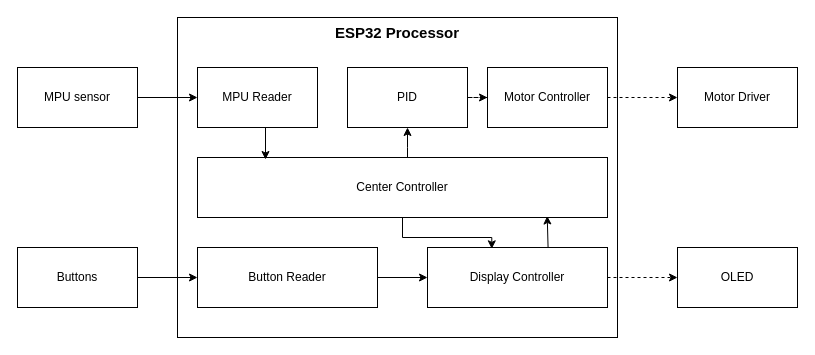
Vinh1222001/Self_balancing_Robot keeps this draw.io diagram as page "Sumary block" (1 of 4) of diagrams/SBR_blockDiagram.drawio. Above is the earlier version. Source tidied: cells renumbered, new cells numbered last; positions are measured from the earlier drawing's top-left corner, leaving out a move shared by most shapes. Both pictures are drawn from the tidied source at 100%, with x=0, y=0 at pixel (17, 17).
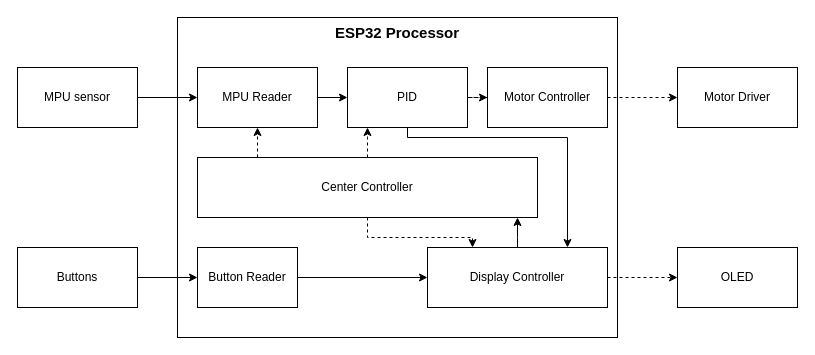
Above is the later version.

The change refers to these unchanged cells:
```xml
<mxCell id="6" value="PID" style="rounded=0;whiteSpace=wrap;html=1;" parent="1" vertex="1">
  <mxGeometry x="330" y="50" width="120" height="60" as="geometry" />
</mxCell>
<mxCell id="13" value="Display Controller" style="rounded=0;whiteSpace=wrap;html=1;" parent="1" vertex="1">
  <mxGeometry x="410" y="230" width="180" height="60" as="geometry" />
</mxCell>
<mxCell id="18" value="MPU Reader" style="rounded=0;whiteSpace=wrap;html=1;" parent="1" vertex="1">
  <mxGeometry x="180" y="50" width="120" height="60" as="geometry" />
</mxCell>
```

Change to the diagram source:
```diff
@@
+    <mxCell id="23" style="edgeStyle=orthogonalEdgeStyle;rounded=0;jettySize=auto;html=1;" parent="1" edge="1" source="6" target="13">
+      <mxGeometry relative="1" as="geometry">
+        <Array as="points">
+          <mxPoint x="390" y="120" />
+          <mxPoint x="550" y="120" />
+        </Array>
+      </mxGeometry>
+    </mxCell>
@@
-    <mxCell id="12" style="edgeStyle=orthogonalEdgeStyle;rounded=0;jettySize=auto;html=1;entryX=0.853;entryY=0.975;entryDx=0;entryDy=0;entryPerimeter=0;exitX=0.67;exitY=0.014;exitDx=0;exitDy=0;exitPerimeter=0;" parent="1" edge="1" source="13" target="16">
-      <mxGeometry relative="1" as="geometry" />
+    <mxCell id="12" style="edgeStyle=orthogonalEdgeStyle;rounded=0;jettySize=auto;html=1;" parent="1" edge="1" source="13" target="16">
+      <mxGeometry relative="1" as="geometry">
+        <Array as="points">
+          <mxPoint x="500" y="220" />
+          <mxPoint x="500" y="220" />
+        </Array>
+      </mxGeometry>
     </mxCell>
@@
+    <mxCell id="15" style="edgeStyle=orthogonalEdgeStyle;rounded=0;jettySize=auto;html=1;dashed=1;" parent="1" edge="1" source="16" target="6">
+      <mxGeometry relative="1" as="geometry">
+        <Array as="points">
+          <mxPoint x="350" y="120" />
+          <mxPoint x="350" y="120" />
+        </Array>
+      </mxGeometry>
+    </mxCell>
+    <mxCell id="24" style="edgeStyle=orthogonalEdgeStyle;rounded=0;jettySize=auto;html=1;dashed=1;" parent="1" edge="1" source="16" target="18">
+      <mxGeometry relative="1" as="geometry">
+        <Array as="points">
+          <mxPoint x="240" y="130" />
+          <mxPoint x="240" y="130" />
+        </Array>
+      </mxGeometry>
+    </mxCell>
-    <mxCell id="14" style="edgeStyle=orthogonalEdgeStyle;rounded=0;jettySize=auto;html=1;entryX=0.357;entryY=0.022;entryDx=0;entryDy=0;entryPerimeter=0;" parent="1" edge="1" source="16" target="13">
+    <mxCell id="14" style="edgeStyle=orthogonalEdgeStyle;rounded=0;jettySize=auto;html=1;entryX=0.25;entryY=0;entryDx=0;entryDy=0;dashed=1;" parent="1" edge="1" source="16" target="13">
       <mxGeometry relative="1" as="geometry" />
     </mxCell>
-    <mxCell id="15" style="edgeStyle=orthogonalEdgeStyle;rounded=0;jettySize=auto;html=1;" parent="1" edge="1" source="16" target="6">
-      <mxGeometry relative="1" as="geometry">
-        <Array as="points">
-          <mxPoint x="390" y="130" />
-          <mxPoint x="390" y="130" />
-        </Array>
-      </mxGeometry>
-    </mxCell>
     <mxCell id="16" value="Center Controller" style="rounded=0;whiteSpace=wrap;html=1;" parent="1" vertex="1">
-      <mxGeometry x="180" y="140" width="410" height="60" as="geometry" />
+      <mxGeometry x="180" y="140" width="340" height="60" as="geometry" />
     </mxCell>
-    <mxCell id="17" style="edgeStyle=orthogonalEdgeStyle;rounded=0;jettySize=auto;html=1;" parent="1" edge="1" source="18">
-      <mxGeometry relative="1" as="geometry">
-        <mxPoint x="248" y="142" as="targetPoint" />
-        <Array as="points">
-          <mxPoint x="248" y="142" />
-        </Array>
-      </mxGeometry>
-    </mxCell>
+    <mxCell id="25" style="edgeStyle=orthogonalEdgeStyle;rounded=0;jettySize=auto;html=1;" parent="1" edge="1" source="18" target="6">
+      <mxGeometry relative="1" as="geometry" />
+    </mxCell>
@@
     <mxCell id="20" value="Button Reader" style="rounded=0;whiteSpace=wrap;html=1;" parent="1" vertex="1">
-      <mxGeometry x="180" y="230" width="180" height="60" as="geometry" />
+      <mxGeometry x="180" y="230" width="100" height="60" as="geometry" />
     </mxCell>
```
